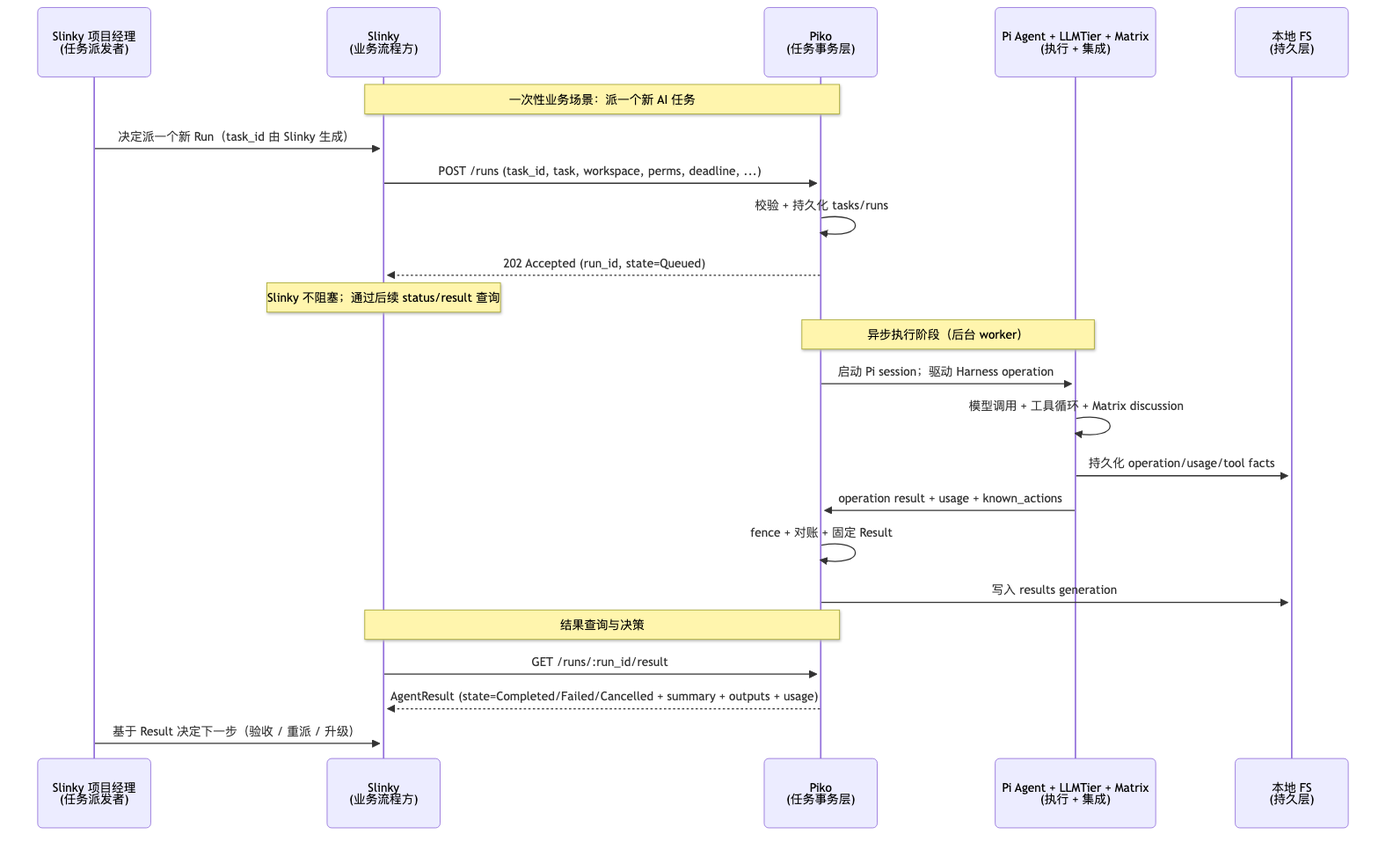
Above: docs/20_system_design/assets/diagrams/SW-1.png in corezilla/piko (Mermaid), before the change. Its source is kept beside it as docs/20_system_design/assets/diagrams/SW-1.mmd. Source of this version:
```mermaid
sequenceDiagram
  participant U as Slinky 项目经理<br/>(任务派发者)
  participant SL as Slinky<br/>(业务流程方)
  participant P as Piko<br/>(任务事务层)
  participant M as Pi Agent + LLMTier + Matrix<br/>(执行 + 集成)
  participant FS as 本地 FS<br/>(持久层)

  Note over SL,P: 一次性业务场景：派一个新 AI 任务
  U->>SL: 决定派一个新 Run（task_id 由 Slinky 生成）
  SL->>P: POST /runs (task_id, task, workspace, perms, deadline, ...)
  P->>P: 校验 + 持久化 tasks/runs
  P-->>SL: 202 Accepted (run_id, state=Queued)
  Note over SL: Slinky 不阻塞；通过后续 status/result 查询

  Note over P,M: 异步执行阶段（后台 worker）
  P->>M: 启动 Pi session；驱动 Harness operation
  M->>M: 模型调用 + 工具循环 + Matrix discussion
  M->>FS: 持久化 operation/usage/tool facts
  M->>P: operation result + usage + known_actions
  P->>P: fence + 对账 + 固定 Result
  P->>FS: 写入 results generation

  Note over SL,P: 结果查询与决策
  SL->>P: GET /runs/:run_id/result
  P-->>SL: AgentResult (state=Completed/Failed/Cancelled + summary + outputs + usage)
  U->>SL: 基于 Result 决定下一步（验收 / 重派 / 升级）
```
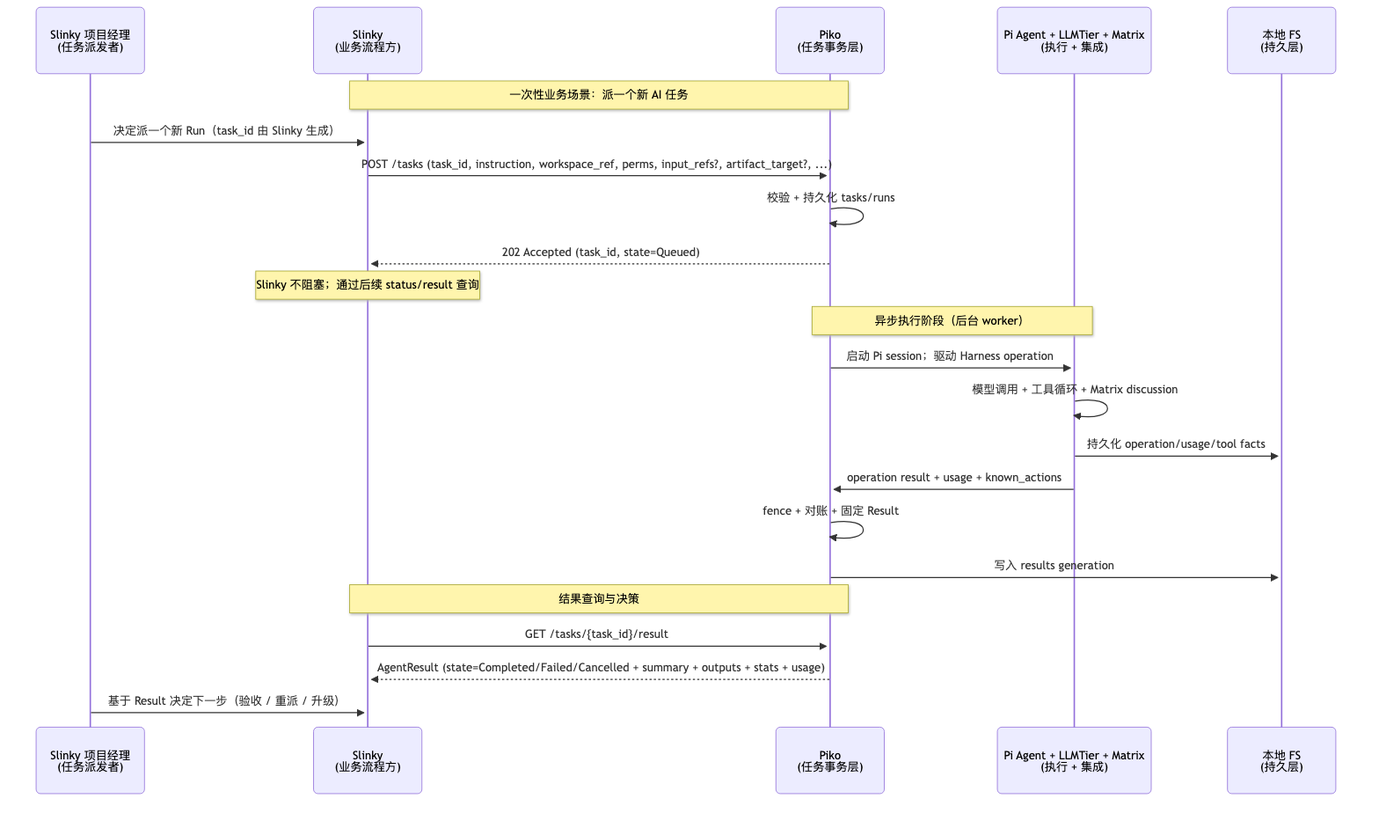
Later version of the same file.

Diff of the diagram source:
```diff
@@ -7,9 +7,9 @@
 
   Note over SL,P: 一次性业务场景：派一个新 AI 任务
   U->>SL: 决定派一个新 Run（task_id 由 Slinky 生成）
-  SL->>P: POST /runs (task_id, task, workspace, perms, deadline, ...)
+  SL->>P: POST /tasks (task_id, instruction, workspace_ref, perms, input_refs?, artifact_target?, ...)
   P->>P: 校验 + 持久化 tasks/runs
-  P-->>SL: 202 Accepted (run_id, state=Queued)
+  P-->>SL: 202 Accepted (task_id, state=Queued)
   Note over SL: Slinky 不阻塞；通过后续 status/result 查询
 
   Note over P,M: 异步执行阶段（后台 worker）
@@ -21,6 +21,6 @@
   P->>FS: 写入 results generation
 
   Note over SL,P: 结果查询与决策
-  SL->>P: GET /runs/:run_id/result
-  P-->>SL: AgentResult (state=Completed/Failed/Cancelled + summary + outputs + usage)
+  SL->>P: GET /tasks/{task_id}/result
+  P-->>SL: AgentResult (state=Completed/Failed/Cancelled + summary + outputs + stats + usage)
   U->>SL: 基于 Result 决定下一步（验收 / 重派 / 升级）
```
